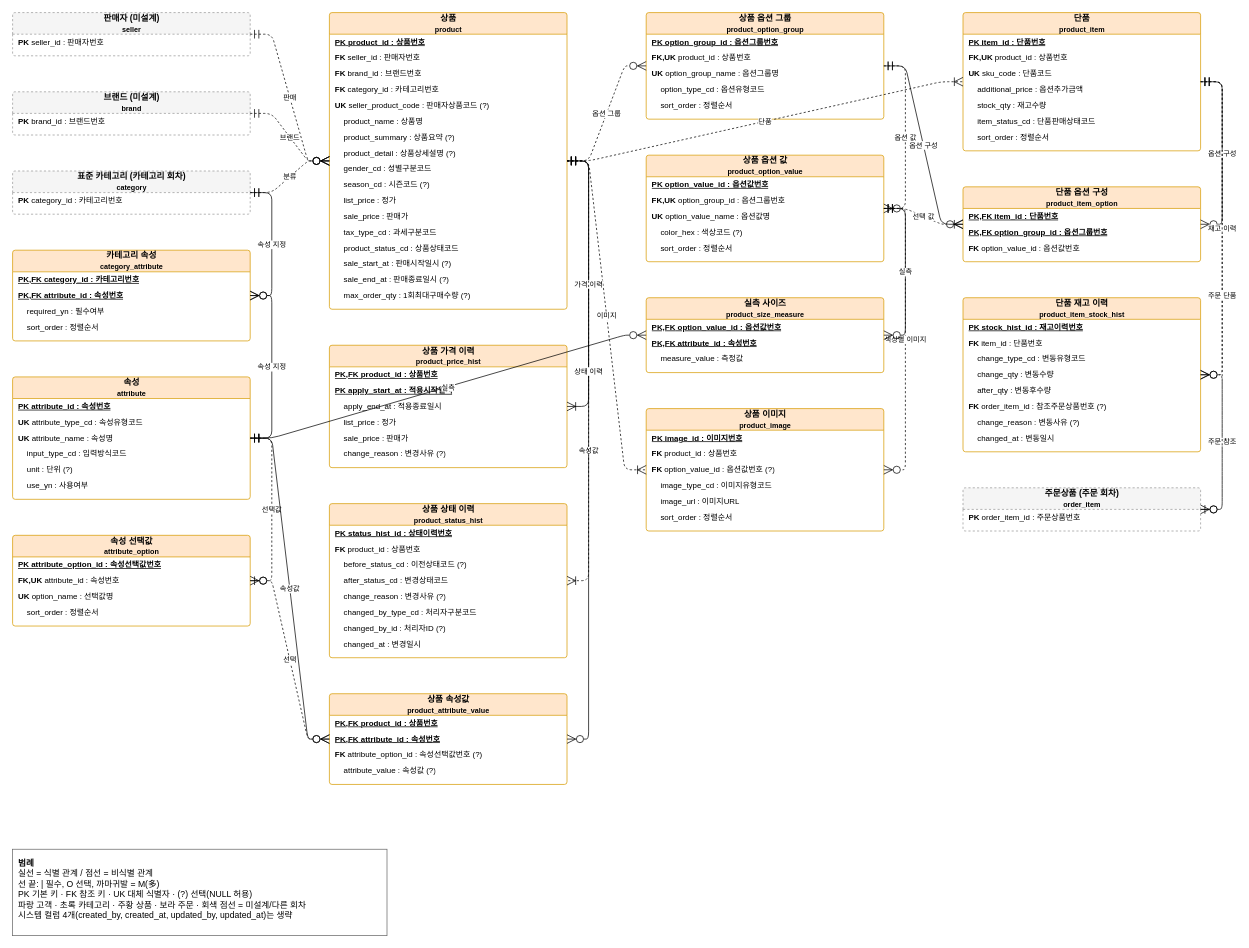
Before: page "상품" (4 of 6) of modeling/erd/erd_전체.drawio in ymink716/shoppingmall, a draw.io diagram. Source tidied: cells renumbered, new cells numbered last; positions are measured from the earlier drawing's top-left corner, leaving out a move shared by most shapes. Both pictures are drawn from the tidied source at 72%, with x=0, y=0 at pixel (12, 12).
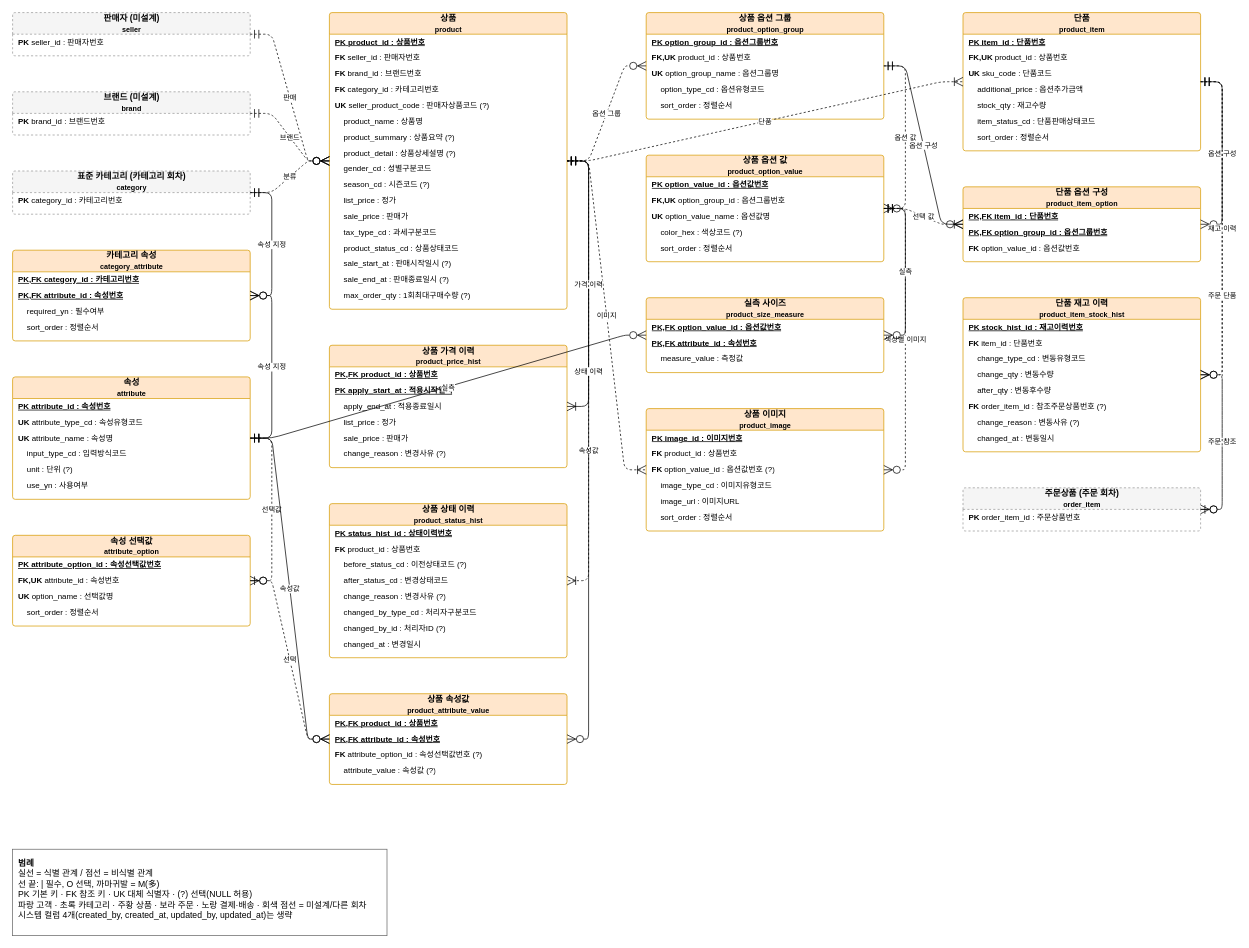
The same diagram, later.

Diff of the diagram source:
```diff
@@
-    <mxCell id="134" value="&lt;b&gt;범례&lt;/b&gt;&lt;br&gt;실선 = 식별 관계 / 점선 = 비식별 관계&lt;br&gt;선 끝: | 필수, O 선택, 까마귀발 = M(多)&lt;br&gt;PK 기본 키 · FK 참조 키 · UK 대체 식별자 · (?) 선택(NULL 허용)&lt;br&gt;파랑 고객 · 초록 카테고리 · 주황 상품 · 보라 주문 · 회색 점선 = 미설계/다른 회차&lt;br&gt;시스템 컬럼 4개(created_by, created_at, updated_by, updated_at)는 생략" style="text;html=1;align=left;verticalAlign=top;spacing=8;fillColor=#ffffff;strokeColor=#666666;fontSize=12;" parent="1" vertex="1">
+    <mxCell id="134" value="&lt;b&gt;범례&lt;/b&gt;&lt;br&gt;실선 = 식별 관계 / 점선 = 비식별 관계&lt;br&gt;선 끝: | 필수, O 선택, 까마귀발 = M(多)&lt;br&gt;PK 기본 키 · FK 참조 키 · UK 대체 식별자 · (?) 선택(NULL 허용)&lt;br&gt;파랑 고객 · 초록 카테고리 · 주황 상품 · 보라 주문 · 노랑 결제·배송 · 회색 점선 = 미설계/다른 회차&lt;br&gt;시스템 컬럼 4개(created_by, created_at, updated_by, updated_at)는 생략" style="text;html=1;align=left;verticalAlign=top;spacing=8;fillColor=#ffffff;strokeColor=#666666;fontSize=12;" parent="1" vertex="1">
       <mxGeometry y="1162" width="520" height="120" as="geometry" />
     </mxCell>
```
